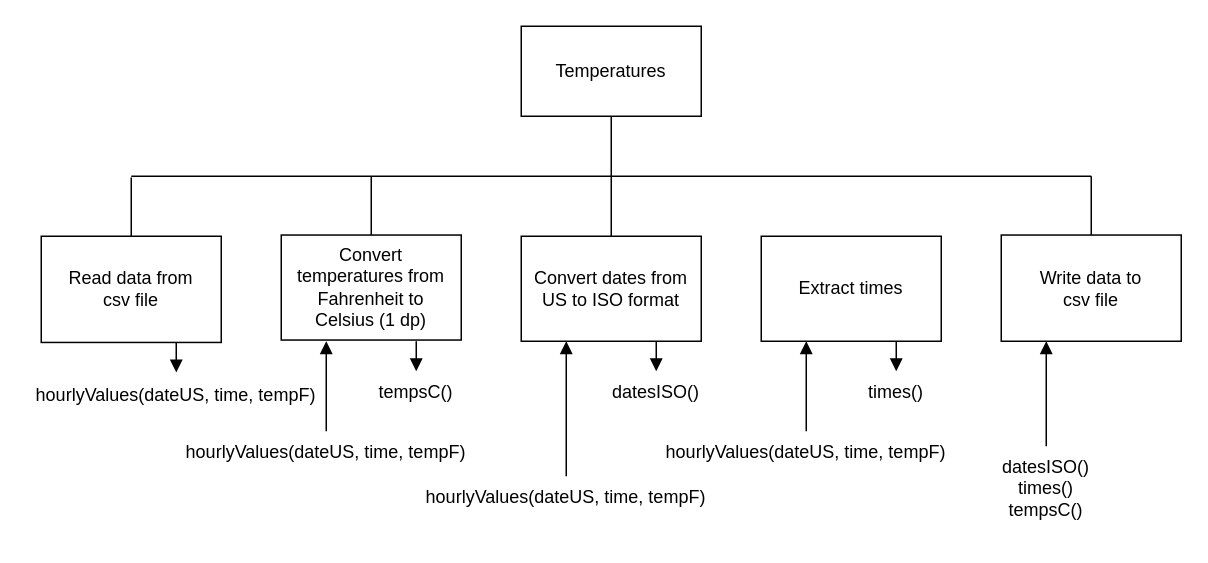
This is page "sd2" (2 of 3) of h-cs/sdd/H-SDD-Temperature/assets/H SDD Temperature.drawio from MrFriendCS/MrFriendCS.github.io, a draw.io file, before an edit. Source tidied: cells renumbered, new cells numbered last; positions are measured from the earlier drawing's top-left corner, leaving out a move shared by most shapes. Both pictures are drawn from the tidied source at 150%, with x=0, y=0 at pixel (26, 26).
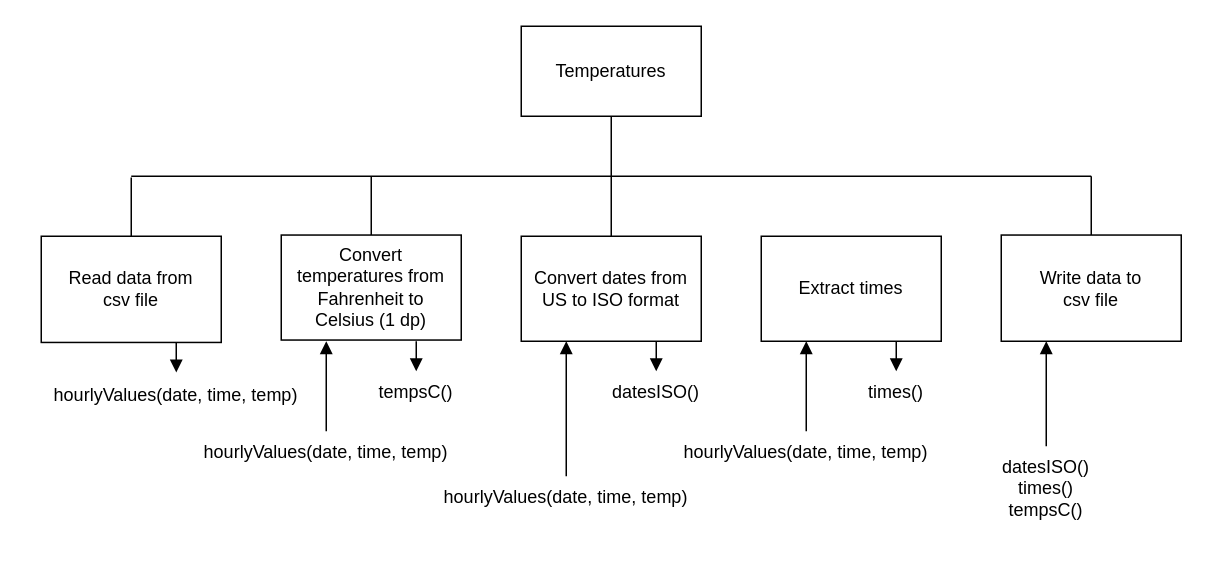
After the change.

Diff of the diagram source:
```diff
@@
-    <mxCell id="7" value="hourlyValues(dateUS, time, tempF)" style="text;html=1;strokeColor=none;fillColor=none;align=center;verticalAlign=top;whiteSpace=wrap;rounded=0;" parent="1" vertex="1">
-      <mxGeometry y="231.6" width="200" height="28.4" as="geometry" />
+    <mxCell id="7" value="hourlyValues(date, time, temp)" style="text;html=1;strokeColor=none;fillColor=none;align=center;verticalAlign=top;whiteSpace=wrap;rounded=0;" parent="1" vertex="1">
+      <mxGeometry x="10" y="231.6" width="180" height="28.4" as="geometry" />
     </mxCell>
@@
-    <mxCell id="11" value="hourlyValues(dateUS, time, tempF)" style="text;html=1;strokeColor=none;fillColor=none;align=center;verticalAlign=top;whiteSpace=wrap;rounded=0;fontColor=default;" parent="1" vertex="1">
-      <mxGeometry x="100" y="270" width="200" height="30" as="geometry" />
+    <mxCell id="11" value="hourlyValues(date, time, temp)" style="text;html=1;strokeColor=none;fillColor=none;align=center;verticalAlign=top;whiteSpace=wrap;rounded=0;fontColor=default;" parent="1" vertex="1">
+      <mxGeometry x="110" y="270" width="180" height="30" as="geometry" />
     </mxCell>
@@
-    <mxCell id="22" value="hourlyValues(dateUS, time, tempF)" style="text;html=1;strokeColor=none;fillColor=none;align=center;verticalAlign=top;whiteSpace=wrap;rounded=0;fontColor=default;" parent="1" vertex="1">
-      <mxGeometry x="260" y="300" width="200" height="30" as="geometry" />
+    <mxCell id="22" value="hourlyValues(date, time, temp)" style="text;html=1;strokeColor=none;fillColor=none;align=center;verticalAlign=top;whiteSpace=wrap;rounded=0;fontColor=default;" parent="1" vertex="1">
+      <mxGeometry x="270" y="300" width="180" height="30" as="geometry" />
     </mxCell>
@@
-    <mxCell id="28" value="hourlyValues(dateUS, time, tempF)" style="text;html=1;strokeColor=none;fillColor=none;align=center;verticalAlign=top;whiteSpace=wrap;rounded=0;fontColor=default;" parent="1" vertex="1">
-      <mxGeometry x="420" y="270" width="200" height="30" as="geometry" />
+    <mxCell id="28" value="hourlyValues(date, time, temp)" style="text;html=1;strokeColor=none;fillColor=none;align=center;verticalAlign=top;whiteSpace=wrap;rounded=0;fontColor=default;" parent="1" vertex="1">
+      <mxGeometry x="430" y="270" width="180" height="30" as="geometry" />
     </mxCell>
```
